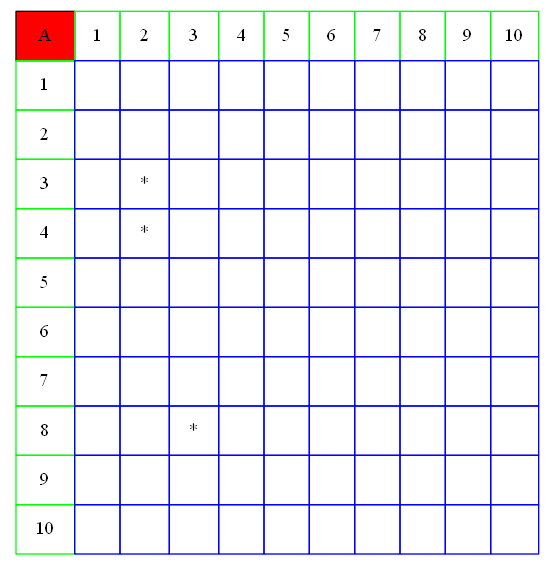
The Graphviz diagram Resultado.dot.png in AbidelLux/Proyecto02_1S2021IPC2_JAMES, before a commit. Its source is kept beside it as Resultado.dot.
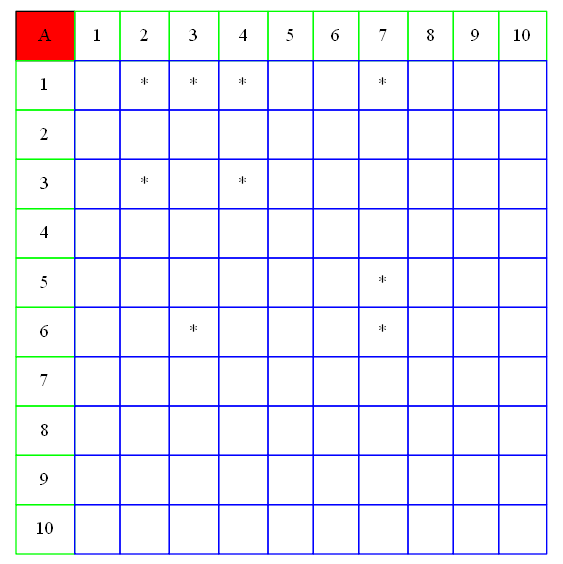
The same diagram one commit later.

What changed in the source:
```diff
@@ -6,14 +6,14 @@
 
 		<table border="0" color="green" cellpadding="10" cellborder="1" cellspacing="0">
 	<tr><td bgcolor = "red" color="black"> A </td><td color="green">1</td><td color="green">2</td><td color="green">3</td><td color="green">4</td><td color="green">5</td><td color="green">6</td><td color="green">7</td><td color="green">8</td><td color="green">9</td><td color="green">10</td></tr>
-			<tr><td color="green"> 1 </td><td color="blue">   </td><td color="blue">   </td><td color="blue">   </td><td color="blue">   </td><td color="blue">   </td><td color="blue">   </td><td color="blue">   </td><td color="blue">   </td><td color="blue">   </td><td color="blue">   </td></tr>
+			<tr><td color="green"> 1 </td><td color="blue">   </td><td color="blue"> * </td><td color="blue"> * </td><td color="blue"> * </td><td color="blue">   </td><td color="blue">   </td><td color="blue"> * </td><td color="blue">   </td><td color="blue">   </td><td color="blue">   </td></tr>
 			<tr><td color="green"> 2 </td><td color="blue">   </td><td color="blue">   </td><td color="blue">   </td><td color="blue">   </td><td color="blue">   </td><td color="blue">   </td><td color="blue">   </td><td color="blue">   </td><td color="blue">   </td><td color="blue">   </td></tr>
-			<tr><td color="green"> 3 </td><td color="blue">   </td><td color="blue"> * </td><td color="blue">   </td><td color="blue">   </td><td color="blue">   </td><td color="blue">   </td><td color="blue">   </td><td color="blue">   </td><td color="blue">   </td><td color="blue">   </td></tr>
-			<tr><td color="green"> 4 </td><td color="blue">   </td><td color="blue"> * </td><td color="blue">   </td><td color="blue">   </td><td color="blue">   </td><td color="blue">   </td><td color="blue">   </td><td color="blue">   </td><td color="blue">   </td><td color="blue">   </td></tr>
-			<tr><td color="green"> 5 </td><td color="blue">   </td><td color="blue">   </td><td color="blue">   </td><td color="blue">   </td><td color="blue">   </td><td color="blue">   </td><td color="blue">   </td><td color="blue">   </td><td color="blue">   </td><td color="blue">   </td></tr>
-			<tr><td color="green"> 6 </td><td color="blue">   </td><td color="blue">   </td><td color="blue">   </td><td color="blue">   </td><td color="blue">   </td><td color="blue">   </td><td color="blue">   </td><td color="blue">   </td><td color="blue">   </td><td color="blue">   </td></tr>
+			<tr><td color="green"> 3 </td><td color="blue">   </td><td color="blue"> * </td><td color="blue">   </td><td color="blue"> * </td><td color="blue">   </td><td color="blue">   </td><td color="blue">   </td><td color="blue">   </td><td color="blue">   </td><td color="blue">   </td></tr>
+			<tr><td color="green"> 4 </td><td color="blue">   </td><td color="blue">   </td><td color="blue">   </td><td color="blue">   </td><td color="blue">   </td><td color="blue">   </td><td color="blue">   </td><td color="blue">   </td><td color="blue">   </td><td color="blue">   </td></tr>
+			<tr><td color="green"> 5 </td><td color="blue">   </td><td color="blue">   </td><td color="blue">   </td><td color="blue">   </td><td color="blue">   </td><td color="blue">   </td><td color="blue"> * </td><td color="blue">   </td><td color="blue">   </td><td color="blue">   </td></tr>
+			<tr><td color="green"> 6 </td><td color="blue">   </td><td color="blue">   </td><td color="blue"> * </td><td color="blue">   </td><td color="blue">   </td><td color="blue">   </td><td color="blue"> * </td><td color="blue">   </td><td color="blue">   </td><td color="blue">   </td></tr>
 			<tr><td color="green"> 7 </td><td color="blue">   </td><td color="blue">   </td><td color="blue">   </td><td color="blue">   </td><td color="blue">   </td><td color="blue">   </td><td color="blue">   </td><td color="blue">   </td><td color="blue">   </td><td color="blue">   </td></tr>
-			<tr><td color="green"> 8 </td><td color="blue">   </td><td color="blue">   </td><td color="blue"> * </td><td color="blue">   </td><td color="blue">   </td><td color="blue">   </td><td color="blue">   </td><td color="blue">   </td><td color="blue">   </td><td color="blue">   </td></tr>
+			<tr><td color="green"> 8 </td><td color="blue">   </td><td color="blue">   </td><td color="blue">   </td><td color="blue">   </td><td color="blue">   </td><td color="blue">   </td><td color="blue">   </td><td color="blue">   </td><td color="blue">   </td><td color="blue">   </td></tr>
 			<tr><td color="green"> 9 </td><td color="blue">   </td><td color="blue">   </td><td color="blue">   </td><td color="blue">   </td><td color="blue">   </td><td color="blue">   </td><td color="blue">   </td><td color="blue">   </td><td color="blue">   </td><td color="blue">   </td></tr>
 			<tr><td color="green"> 10 </td><td color="blue">   </td><td color="blue">   </td><td color="blue">   </td><td color="blue">   </td><td color="blue">   </td><td color="blue">   </td><td color="blue">   </td><td color="blue">   </td><td color="blue">   </td><td color="blue">   </td></tr>
 			</table>
```
